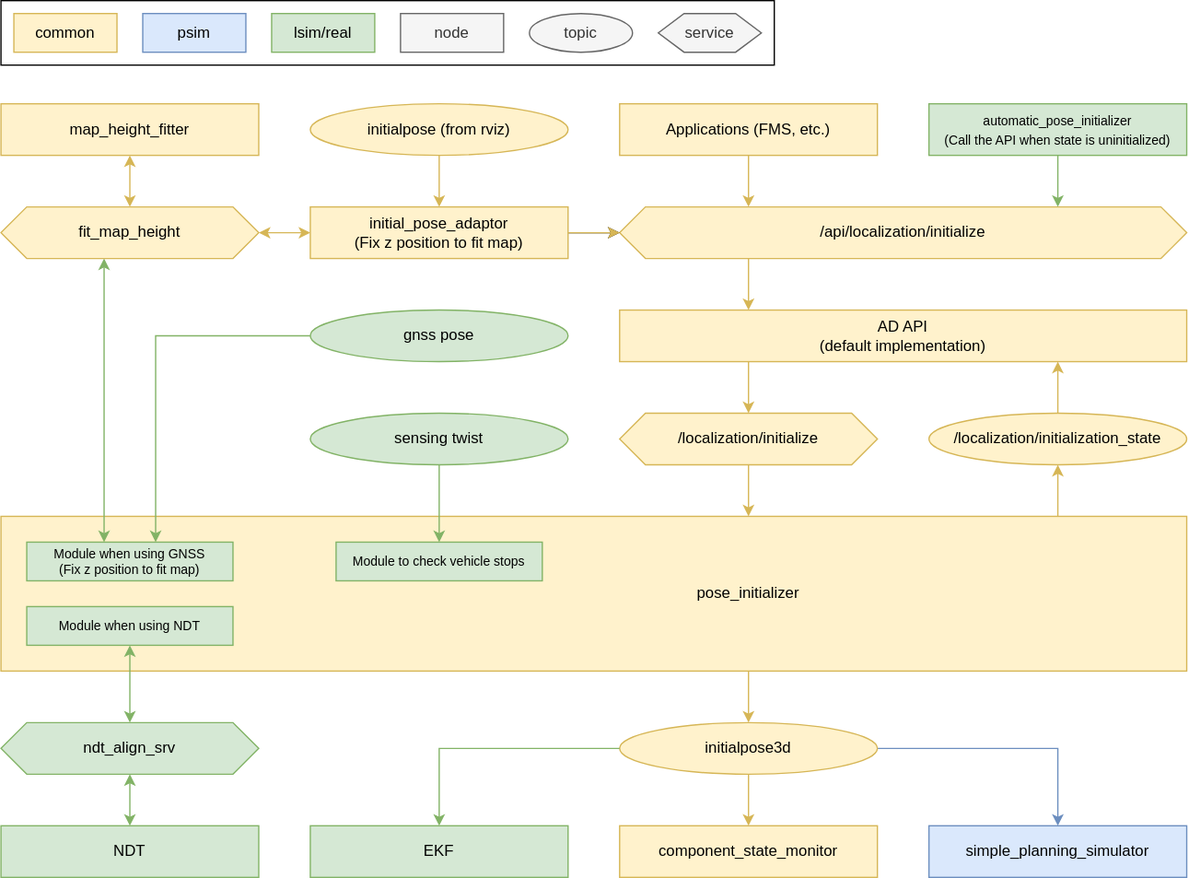
The draw.io diagram main/system/default_ad_api/document/images/localization.drawio.svg in cyn-liu/autoware.universe, before a commit. Source tidied: cells renumbered, new cells last; positions are measured from the earlier drawing's top-left corner, leaving out a move shared by most shapes.
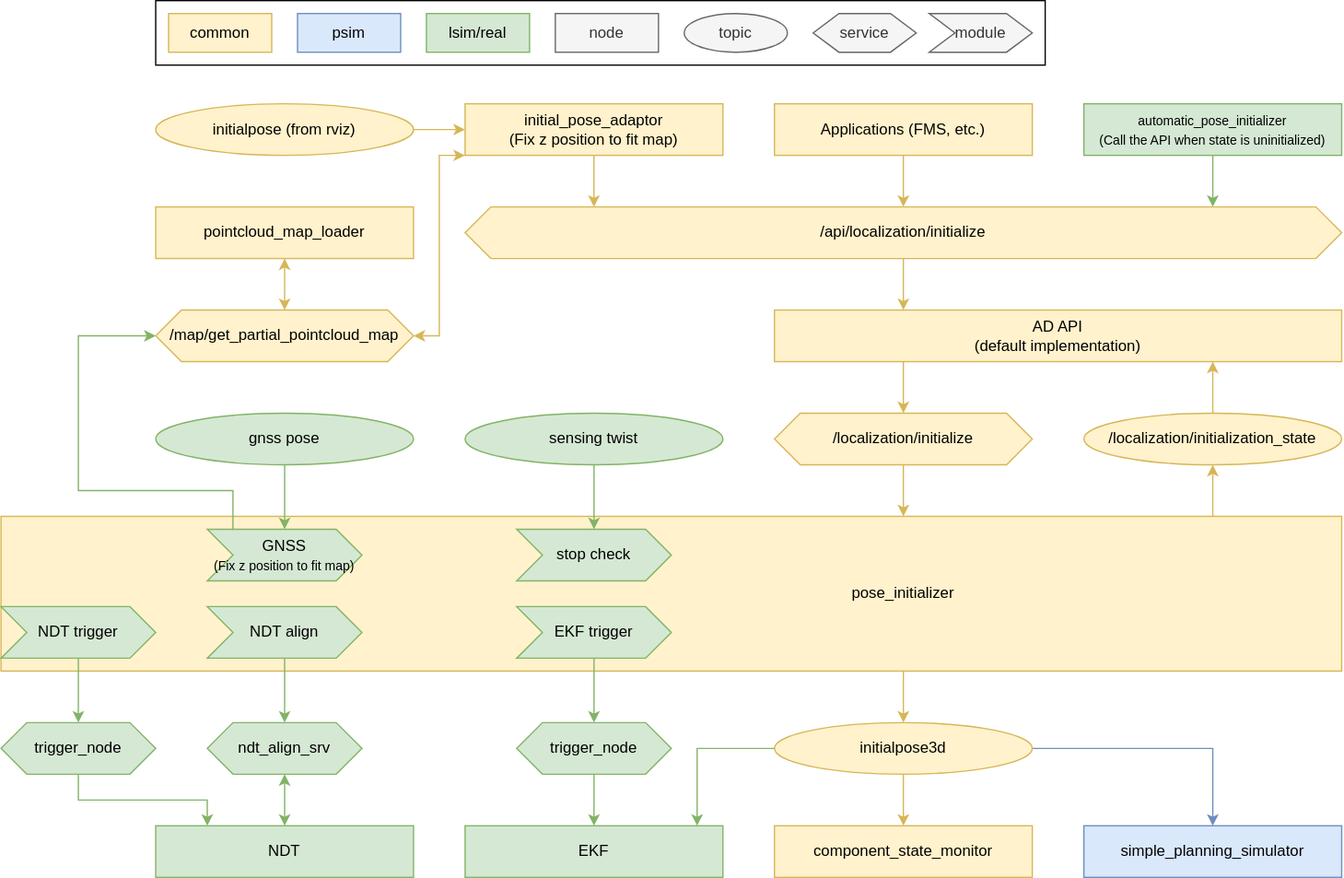
The same file after the commit.

Diff of the diagram source:
```diff
@@ -11,10 +11,10 @@
       </mxGeometry>
     </mxCell>
     <mxCell id="3" style="rounded=0;whiteSpace=wrap;html=1;fillColor=#fff2cc;strokeColor=#d6b656;align=center;verticalAlign=middle;spacingRight=5;" parent="1" vertex="1">
-      <mxGeometry y="400" width="920" height="120" as="geometry" />
+      <mxGeometry x="-120" y="400" width="1040" height="120" as="geometry" />
     </mxCell>
     <mxCell id="4" style="rounded=0;whiteSpace=wrap;html=1;fontSize=12;" parent="1" vertex="1">
-      <mxGeometry width="600" height="50" as="geometry" />
+      <mxGeometry width="690" height="50" as="geometry" />
     </mxCell>
     <mxCell id="5" style="edgeStyle=orthogonalEdgeStyle;rounded=0;jettySize=auto;html=1;fillColor=#fff2cc;strokeColor=#d6b656;" parent="1" edge="1" source="6" target="8">
       <mxGeometry relative="1" as="geometry">
@@ -36,7 +36,7 @@
       </mxGeometry>
     </mxCell>
     <mxCell id="8" value="/api/localization/initialize" style="shape=hexagon;perimeter=hexagonPerimeter2;whiteSpace=wrap;html=1;fixedSize=1;fillColor=#fff2cc;strokeColor=#d6b656;fontSize=12;" parent="1" vertex="1">
-      <mxGeometry x="480" y="160" width="440" height="40" as="geometry" />
+      <mxGeometry x="240" y="160" width="680" height="40" as="geometry" />
     </mxCell>
     <mxCell id="9" style="edgeStyle=orthogonalEdgeStyle;rounded=0;jettySize=auto;html=1;fillColor=#fff2cc;strokeColor=#d6b656;" parent="1" edge="1" source="10" target="13">
       <mxGeometry relative="1" as="geometry">
@@ -72,8 +72,10 @@
     <mxCell id="16" value="initialpose3d" style="ellipse;whiteSpace=wrap;html=1;fillColor=#fff2cc;strokeColor=#d6b656;fontSize=12;" parent="1" vertex="1">
       <mxGeometry x="480" y="560" width="200" height="40" as="geometry" />
     </mxCell>
-    <mxCell id="17" style="edgeStyle=orthogonalEdgeStyle;rounded=0;jettySize=auto;html=1;fontSize=12;startArrow=classic;startFill=1;fillColor=#d5e8d4;strokeColor=#82b366;" parent="1" edge="1" source="46" target="22">
-      <mxGeometry relative="1" as="geometry" />
+    <mxCell id="17" style="edgeStyle=orthogonalEdgeStyle;rounded=0;jettySize=auto;html=1;fontSize=12;startArrow=classic;startFill=1;fillColor=#d5e8d4;strokeColor=#82b366;" parent="1" edge="1" target="22">
+      <mxGeometry relative="1" as="geometry">
+        <mxPoint x="100" y="500" as="sourcePoint" />
+      </mxGeometry>
     </mxCell>
     <mxCell id="18" style="edgeStyle=orthogonalEdgeStyle;rounded=0;jettySize=auto;html=1;fontSize=12;startArrow=none;startFill=0;fillColor=#fff2cc;strokeColor=#d6b656;" parent="1" edge="1" source="3" target="16">
       <mxGeometry relative="1" as="geometry">
@@ -93,7 +95,7 @@
       <mxGeometry relative="1" as="geometry" />
     </mxCell>
     <mxCell id="22" value="ndt_align_srv" style="shape=hexagon;perimeter=hexagonPerimeter2;whiteSpace=wrap;html=1;fixedSize=1;fontSize=12;fillColor=#d5e8d4;strokeColor=#82b366;" parent="1" vertex="1">
-      <mxGeometry y="560" width="200" height="40" as="geometry" />
+      <mxGeometry x="40" y="560" width="120" height="40" as="geometry" />
     </mxCell>
     <mxCell id="23" value="common" style="rounded=0;whiteSpace=wrap;html=1;fillColor=#fff2cc;strokeColor=#d6b656;" parent="1" vertex="1">
       <mxGeometry x="10" y="10" width="80" height="30" as="geometry" />
@@ -113,37 +115,45 @@
     <mxCell id="28" value="topic" style="ellipse;whiteSpace=wrap;html=1;fillColor=#f5f5f5;strokeColor=#666666;fontColor=#333333;" parent="1" vertex="1">
       <mxGeometry x="410" y="10" width="80" height="30" as="geometry" />
     </mxCell>
-    <mxCell id="29" style="edgeStyle=orthogonalEdgeStyle;rounded=0;jettySize=auto;html=1;" parent="1" edge="1" source="32" target="8">
-      <mxGeometry relative="1" as="geometry" />
-    </mxCell>
-    <mxCell id="30" style="edgeStyle=orthogonalEdgeStyle;rounded=0;jettySize=auto;html=1;fillColor=#fff2cc;strokeColor=#d6b656;" parent="1" edge="1" source="32" target="8">
+    <mxCell id="30" style="edgeStyle=orthogonalEdgeStyle;rounded=0;jettySize=auto;html=1;fillColor=#fff2cc;strokeColor=#d6b656;entryX=0.147;entryY=0;entryDx=0;entryDy=0;entryPerimeter=0;" parent="1" edge="1" source="32" target="8">
       <mxGeometry relative="1" as="geometry" />
     </mxCell>
-    <mxCell id="31" style="edgeStyle=orthogonalEdgeStyle;rounded=0;jettySize=auto;html=1;fontSize=12;startArrow=classic;startFill=1;fillColor=#fff2cc;strokeColor=#d6b656;" parent="1" edge="1" source="32" target="44">
-      <mxGeometry relative="1" as="geometry" />
+    <mxCell id="31" style="edgeStyle=orthogonalEdgeStyle;rounded=0;jettySize=auto;html=1;fontSize=12;startArrow=classic;startFill=1;fillColor=#fff2cc;strokeColor=#d6b656;entryX=1;entryY=0.5;entryDx=0;entryDy=0;" parent="1" edge="1" source="32" target="44">
+      <mxGeometry relative="1" as="geometry">
+        <Array as="points">
+          <mxPoint x="220" y="120" />
+          <mxPoint x="220" y="260" />
+        </Array>
+      </mxGeometry>
     </mxCell>
     <mxCell id="32" value="&lt;font style=&quot;font-size: 12px&quot;&gt;initial_pose_adaptor&lt;br&gt;(Fix z position to fit map)&lt;/font&gt;" style="rounded=0;whiteSpace=wrap;html=1;fillColor=#fff2cc;strokeColor=#d6b656;fontSize=12;" parent="1" vertex="1">
-      <mxGeometry x="240" y="160" width="200" height="40" as="geometry" />
+      <mxGeometry x="240" y="80" width="200" height="40" as="geometry" />
     </mxCell>
     <mxCell id="33" style="edgeStyle=orthogonalEdgeStyle;rounded=0;jettySize=auto;html=1;fillColor=#d5e8d4;strokeColor=#82b366;" parent="1" edge="1" source="16" target="34">
-      <mxGeometry relative="1" as="geometry" />
+      <mxGeometry relative="1" as="geometry">
+        <Array as="points">
+          <mxPoint x="420" y="580" />
+        </Array>
+      </mxGeometry>
     </mxCell>
     <mxCell id="34" value="EKF" style="rounded=0;whiteSpace=wrap;html=1;fillColor=#d5e8d4;strokeColor=#82b366;" parent="1" vertex="1">
       <mxGeometry x="240" y="640" width="200" height="40" as="geometry" />
     </mxCell>
-    <mxCell id="35" style="edgeStyle=orthogonalEdgeStyle;rounded=0;jettySize=auto;html=1;fontSize=12;fillColor=#d5e8d4;strokeColor=#82b366;" parent="1" edge="1" source="36" target="37">
+    <mxCell id="35" style="edgeStyle=orthogonalEdgeStyle;rounded=0;jettySize=auto;html=1;fontSize=12;fillColor=#d5e8d4;strokeColor=#82b366;exitX=0.166;exitY=0;exitDx=0;exitDy=0;exitPerimeter=0;entryX=0;entryY=0.5;entryDx=0;entryDy=0;" parent="1" edge="1" source="60" target="44">
       <mxGeometry relative="1" as="geometry">
         <Array as="points">
-          <mxPoint x="120" y="260" />
+          <mxPoint x="60" y="380" />
+          <mxPoint x="-60" y="380" />
+          <mxPoint x="-60" y="260" />
         </Array>
       </mxGeometry>
     </mxCell>
+    <mxCell id="53" style="edgeStyle=none;html=1;entryX=0.5;entryY=0;entryDx=0;entryDy=0;fillColor=#d5e8d4;strokeColor=#82b366;" parent="1" edge="1" source="36" target="60">
+      <mxGeometry relative="1" as="geometry" />
+    </mxCell>
     <mxCell id="36" value="gnss pose" style="ellipse;whiteSpace=wrap;html=1;fontSize=12;fillColor=#d5e8d4;strokeColor=#82b366;" parent="1" vertex="1">
-      <mxGeometry x="240" y="240" width="200" height="40" as="geometry" />
+      <mxGeometry y="320" width="200" height="40" as="geometry" />
     </mxCell>
-    <mxCell id="37" value="Module when using GNSS&lt;br style=&quot;font-size: 10px;&quot;&gt;(Fix z position to fit map)" style="rounded=0;whiteSpace=wrap;html=1;fillColor=#d5e8d4;strokeColor=#82b366;fontSize=10;" parent="1" vertex="1">
-      <mxGeometry x="20" y="420" width="160" height="30" as="geometry" />
-    </mxCell>
     <mxCell id="38" style="edgeStyle=orthogonalEdgeStyle;rounded=0;jettySize=auto;html=1;fillColor=#d5e8d4;strokeColor=#82b366;" parent="1" edge="1" source="39" target="8">
       <mxGeometry relative="1" as="geometry">
         <Array as="points">
@@ -159,28 +169,17 @@
       <mxGeometry relative="1" as="geometry" />
     </mxCell>
     <mxCell id="41" value="&lt;font style=&quot;font-size: 12px;&quot;&gt;initialpose (from rviz)&lt;/font&gt;" style="ellipse;whiteSpace=wrap;html=1;fillColor=#fff2cc;strokeColor=#d6b656;fontSize=12;" parent="1" vertex="1">
-      <mxGeometry x="240" y="80" width="200" height="40" as="geometry" />
+      <mxGeometry y="80" width="200" height="40" as="geometry" />
     </mxCell>
-    <mxCell id="42" style="edgeStyle=orthogonalEdgeStyle;rounded=0;jettySize=auto;html=1;fontSize=12;startArrow=classic;startFill=1;fillColor=#d5e8d4;strokeColor=#82b366;" parent="1" edge="1" source="44" target="37">
-      <mxGeometry relative="1" as="geometry">
-        <Array as="points">
-          <mxPoint x="80" y="280" />
-          <mxPoint x="80" y="280" />
-        </Array>
-      </mxGeometry>
-    </mxCell>
     <mxCell id="43" style="edgeStyle=orthogonalEdgeStyle;rounded=0;jettySize=auto;html=1;fontSize=12;startArrow=classic;startFill=1;fillColor=#fff2cc;strokeColor=#d6b656;" parent="1" edge="1" source="44" target="45">
       <mxGeometry relative="1" as="geometry" />
     </mxCell>
-    <mxCell id="44" value="fit_map_height" style="shape=hexagon;perimeter=hexagonPerimeter2;whiteSpace=wrap;html=1;fixedSize=1;fillColor=#fff2cc;strokeColor=#d6b656;fontSize=12;" parent="1" vertex="1">
-      <mxGeometry y="160" width="200" height="40" as="geometry" />
+    <mxCell id="44" value="/map/get_partial_pointcloud_map" style="shape=hexagon;perimeter=hexagonPerimeter2;whiteSpace=wrap;html=1;fixedSize=1;fillColor=#fff2cc;strokeColor=#d6b656;fontSize=12;" parent="1" vertex="1">
+      <mxGeometry y="240" width="200" height="40" as="geometry" />
     </mxCell>
-    <mxCell id="45" value="&lt;font style=&quot;font-size: 12px;&quot;&gt;map_height_fitter&lt;/font&gt;" style="rounded=0;whiteSpace=wrap;html=1;fillColor=#fff2cc;strokeColor=#d6b656;fontSize=12;" parent="1" vertex="1">
-      <mxGeometry y="80" width="200" height="40" as="geometry" />
+    <mxCell id="45" value="&lt;font style=&quot;font-size: 12px;&quot;&gt;pointcloud_map_loader&lt;/font&gt;" style="rounded=0;whiteSpace=wrap;html=1;fillColor=#fff2cc;strokeColor=#d6b656;fontSize=12;" parent="1" vertex="1">
+      <mxGeometry y="160" width="200" height="40" as="geometry" />
     </mxCell>
-    <mxCell id="46" value="Module when using NDT" style="rounded=0;whiteSpace=wrap;html=1;fillColor=#d5e8d4;strokeColor=#82b366;fontSize=10;" parent="1" vertex="1">
-      <mxGeometry x="20" y="470" width="160" height="30" as="geometry" />
-    </mxCell>
     <mxCell id="47" style="edgeStyle=orthogonalEdgeStyle;html=1;fontSize=12;fillColor=#fff2cc;strokeColor=#d6b656;rounded=0;" parent="1" edge="1" source="48" target="10">
       <mxGeometry relative="1" as="geometry">
         <Array as="points">
@@ -192,8 +191,10 @@
     <mxCell id="48" value="/localization/initialization_state" style="ellipse;whiteSpace=wrap;html=1;fillColor=#fff2cc;strokeColor=#d6b656;fontSize=12;" parent="1" vertex="1">
       <mxGeometry x="720" y="320" width="200" height="40" as="geometry" />
     </mxCell>
-    <mxCell id="49" style="edgeStyle=orthogonalEdgeStyle;rounded=0;html=1;exitX=0.5;exitY=1;exitDx=0;exitDy=0;fontSize=12;fillColor=#d5e8d4;strokeColor=#82b366;" parent="1" edge="1" source="50" target="52">
-      <mxGeometry relative="1" as="geometry" />
+    <mxCell id="49" style="edgeStyle=orthogonalEdgeStyle;rounded=0;html=1;fontSize=12;fillColor=#d5e8d4;strokeColor=#82b366;startArrow=none;entryX=0.5;entryY=0;entryDx=0;entryDy=0;" parent="1" edge="1" target="57">
+      <mxGeometry relative="1" as="geometry">
+        <mxPoint x="340" y="360" as="sourcePoint" />
+      </mxGeometry>
     </mxCell>
     <mxCell id="50" value="sensing twist" style="ellipse;whiteSpace=wrap;html=1;fontSize=12;fillColor=#d5e8d4;strokeColor=#82b366;" parent="1" vertex="1">
       <mxGeometry x="240" y="320" width="200" height="40" as="geometry" />
@@ -201,8 +202,41 @@
     <mxCell id="51" value="&lt;span style=&quot;text-align: right&quot;&gt;pose_initializer&lt;/span&gt;" style="text;html=1;strokeColor=none;fillColor=none;align=center;verticalAlign=middle;whiteSpace=wrap;rounded=0;fontSize=12;" parent="1" vertex="1">
       <mxGeometry x="500" y="440" width="160" height="40" as="geometry" />
     </mxCell>
-    <mxCell id="52" value="Module to check vehicle stops" style="rounded=0;whiteSpace=wrap;html=1;fillColor=#d5e8d4;strokeColor=#82b366;fontSize=10;" parent="1" vertex="1">
-      <mxGeometry x="260" y="420" width="160" height="30" as="geometry" />
-    </mxCell>
+    <mxCell id="54" value="module" style="shape=step;perimeter=stepPerimeter;whiteSpace=wrap;html=1;fixedSize=1;fillColor=#f5f5f5;fontColor=#333333;strokeColor=#666666;" parent="1" vertex="1">
+      <mxGeometry x="600" y="10" width="80" height="30" as="geometry" />
+    </mxCell>
+    <mxCell id="55" style="edgeStyle=none;html=1;entryX=0.5;entryY=0;entryDx=0;entryDy=0;fillColor=#d5e8d4;strokeColor=#82b366;" parent="1" edge="1" source="56" target="59">
+      <mxGeometry relative="1" as="geometry" />
+    </mxCell>
+    <mxCell id="56" value="EKF trigger" style="shape=step;perimeter=stepPerimeter;whiteSpace=wrap;html=1;fixedSize=1;fillColor=#d5e8d4;strokeColor=#82b366;" parent="1" vertex="1">
+      <mxGeometry x="280" y="470" width="120" height="40" as="geometry" />
+    </mxCell>
+    <mxCell id="57" value="stop check" style="shape=step;perimeter=stepPerimeter;whiteSpace=wrap;html=1;fixedSize=1;fillColor=#d5e8d4;strokeColor=#82b366;" parent="1" vertex="1">
+      <mxGeometry x="280" y="410" width="120" height="40" as="geometry" />
+    </mxCell>
+    <mxCell id="58" style="edgeStyle=none;html=1;entryX=0.5;entryY=0;entryDx=0;entryDy=0;fillColor=#d5e8d4;strokeColor=#82b366;" parent="1" edge="1" source="59" target="34">
+      <mxGeometry relative="1" as="geometry" />
+    </mxCell>
+    <mxCell id="59" value="trigger_node" style="shape=hexagon;perimeter=hexagonPerimeter2;whiteSpace=wrap;html=1;fixedSize=1;fontSize=12;fillColor=#d5e8d4;strokeColor=#82b366;" parent="1" vertex="1">
+      <mxGeometry x="280" y="560" width="120" height="40" as="geometry" />
+    </mxCell>
+    <mxCell id="60" value="GNSS&lt;br&gt;&lt;span style=&quot;font-size: 10px;&quot;&gt;(Fix z position to fit map)&lt;/span&gt;" style="shape=step;perimeter=stepPerimeter;whiteSpace=wrap;html=1;fixedSize=1;fillColor=#d5e8d4;strokeColor=#82b366;" parent="1" vertex="1">
+      <mxGeometry x="40" y="410" width="120" height="40" as="geometry" />
+    </mxCell>
+    <mxCell id="61" value="NDT align" style="shape=step;perimeter=stepPerimeter;whiteSpace=wrap;html=1;fixedSize=1;fillColor=#d5e8d4;strokeColor=#82b366;" parent="1" vertex="1">
+      <mxGeometry x="40" y="470" width="120" height="40" as="geometry" />
+    </mxCell>
+    <mxCell id="62" style="edgeStyle=none;html=1;entryX=0.5;entryY=0;entryDx=0;entryDy=0;fillColor=#d5e8d4;strokeColor=#82b366;" parent="1" edge="1" source="63" target="65">
+      <mxGeometry relative="1" as="geometry" />
+    </mxCell>
+    <mxCell id="63" value="NDT trigger" style="shape=step;perimeter=stepPerimeter;whiteSpace=wrap;html=1;fixedSize=1;fillColor=#d5e8d4;strokeColor=#82b366;" parent="1" vertex="1">
+      <mxGeometry x="-120" y="470" width="120" height="40" as="geometry" />
+    </mxCell>
+    <mxCell id="64" style="edgeStyle=orthogonalEdgeStyle;html=1;entryX=0.2;entryY=0;entryDx=0;entryDy=0;entryPerimeter=0;rounded=0;fillColor=#d5e8d4;strokeColor=#82b366;" parent="1" edge="1" source="65" target="20">
+      <mxGeometry relative="1" as="geometry" />
+    </mxCell>
+    <mxCell id="65" value="trigger_node" style="shape=hexagon;perimeter=hexagonPerimeter2;whiteSpace=wrap;html=1;fixedSize=1;fontSize=12;fillColor=#d5e8d4;strokeColor=#82b366;" parent="1" vertex="1">
+      <mxGeometry x="-120" y="560" width="120" height="40" as="geometry" />
+    </mxCell>
   </root>
 </mxGraphModel>
```
